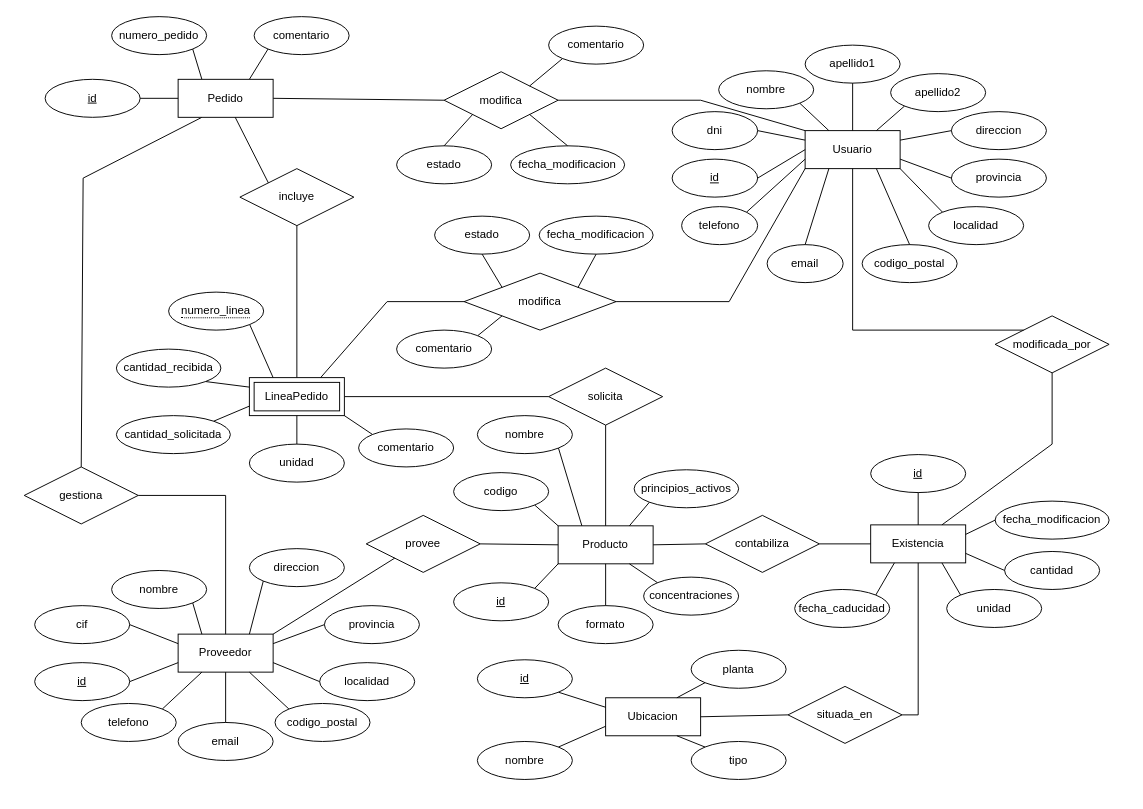
Above: Diagrama sin título.drawio in mariopr25/AlmacenMedicamentosER (draw.io), before the change. Source tidied: cells renumbered, new cells numbered last; positions are measured from the earlier drawing's top-left corner, leaving out a move shared by most shapes. Both pictures are drawn from the tidied source at 95%, with x=0, y=0 at pixel (16, 16).
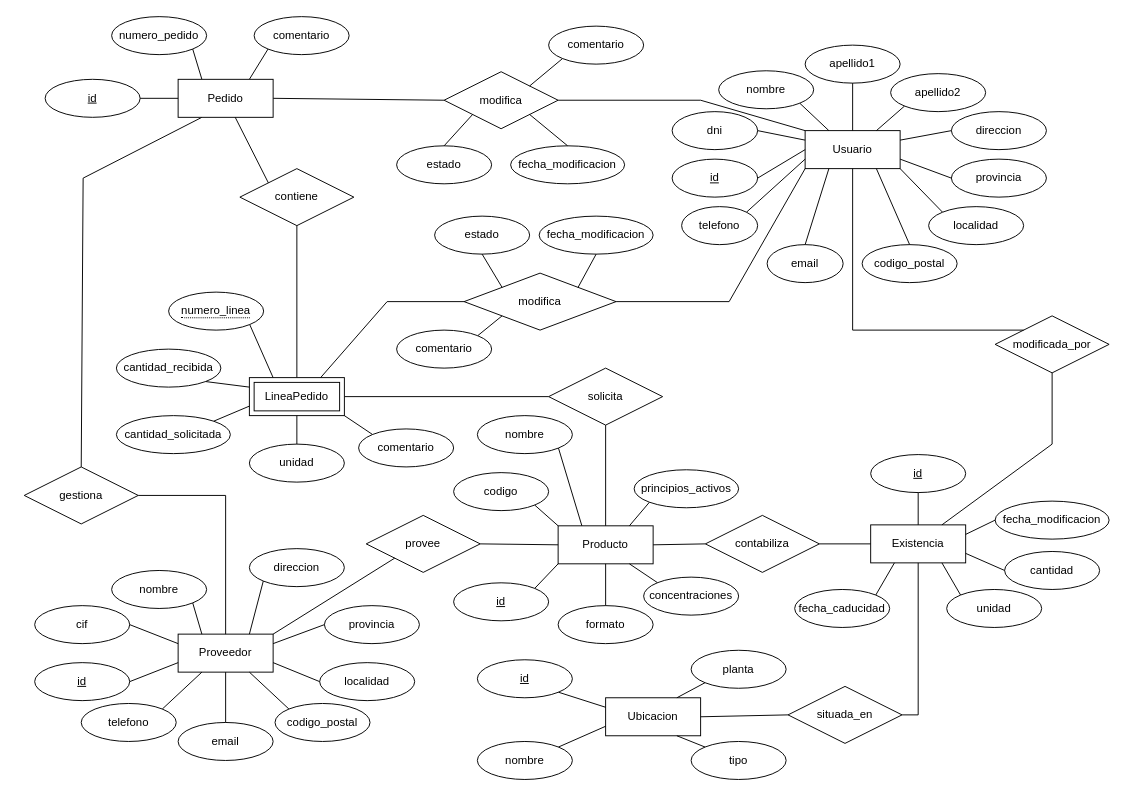
After the change.

What changed in the source:
```diff
@@
-    <mxCell id="102" value="incluye" style="shape=rhombus;perimeter=rhombusPerimeter;whiteSpace=wrap;html=1;align=center;" parent="1" vertex="1">
+    <mxCell id="102" value="contiene" style="shape=rhombus;perimeter=rhombusPerimeter;whiteSpace=wrap;html=1;align=center;" parent="1" vertex="1">
       <mxGeometry x="235" y="160" width="120" height="60" as="geometry" />
     </mxCell>
```
